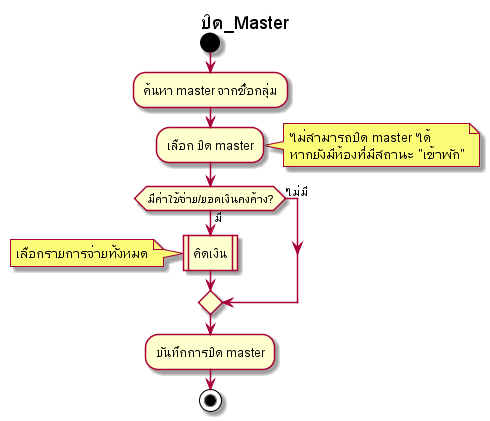
Earlier version of the PlantUML export out/activity-diagram/Master/Master_Closed/ปิด_Master.png (cheat13/Prompiman_Diagram). Source of this version:
```plantuml
@startuml
title ปิด_Master
start

:ค้นหา master จากชื่อกลุ่ม;
:เลือก ปิด master;
note right
    ไม่สามารถปิด master ได้
    หากยังมีห้องที่มีสถานะ "เข้าพัก"
endnote

if (มีค่าใช้จ่าย/ยอดเงินคงค้าง?) then (มี)
    :คิดเงิน|
    note left
        เลือกรายการจ่ายทั้งหมด
    endnote
else (ไม่มี)
endif

:บันทึกการปิด master;

stop
@enduml
```
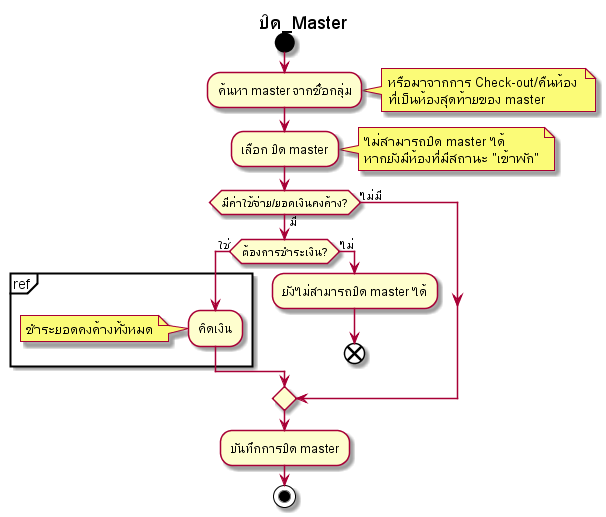
After the change.

What changed in the source:
```diff
@@ -3,6 +3,11 @@
 start
 
 :ค้นหา master จากชื่อกลุ่ม;
+note right
+    หรือมาจากการ Check-out/คืนห้อง
+    ที่เป็นห้องสุดท้ายของ master
+endnote
+
 :เลือก ปิด master;
 note right
     ไม่สามารถปิด master ได้
@@ -10,10 +15,17 @@
 endnote
 
 if (มีค่าใช้จ่าย/ยอดเงินคงค้าง?) then (มี)
-    :คิดเงิน|
-    note left
-        เลือกรายการจ่ายทั้งหมด
-    endnote
+    if (ต้องการชำระเงิน?) then (ใช่)
+        partition ref {
+            :คิดเงิน;
+            note left
+                ชำระยอดคงค้างทั้งหมด
+            endnote
+        }
+    else (ไม่)
+        :ยังไม่สามารถปิด master ได้;
+        end
+    endif
 else (ไม่มี)
 endif
 
```
